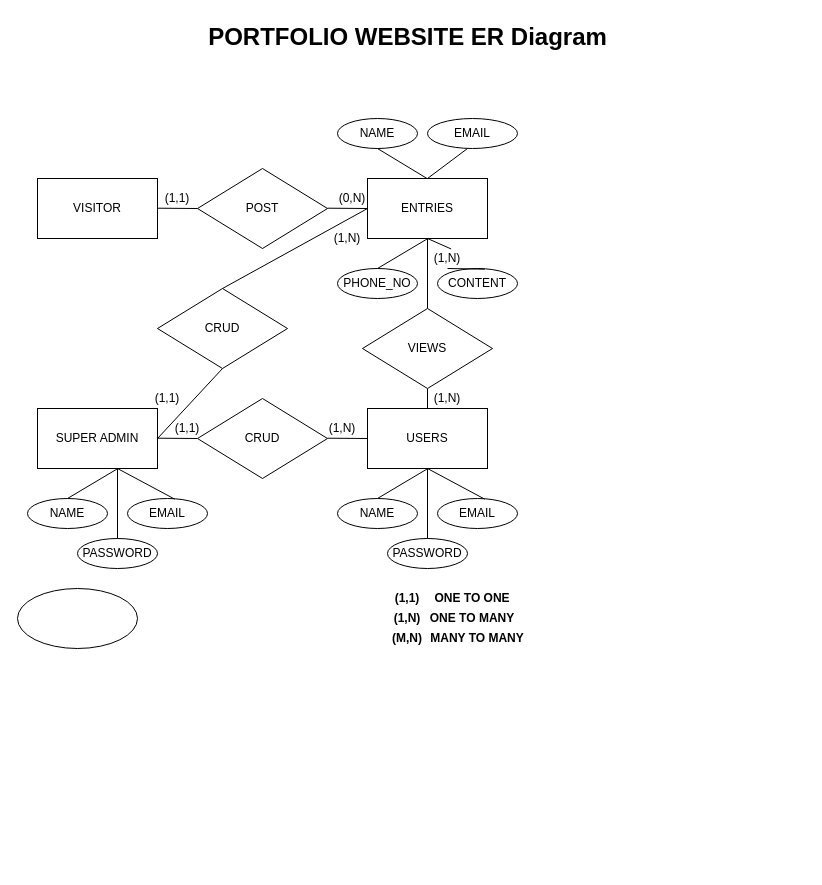
Above: Submissions/Assignment01/Portfilio_ER.drawio in hussainlallani/f20_csfs1030 (draw.io), before the change. Source tidied: cells renumbered, new cells numbered last; positions are measured from the earlier drawing's top-left corner, leaving out a move shared by most shapes. Both pictures are drawn from the tidied source at 100%, with x=0, y=0 at pixel (17, 17).
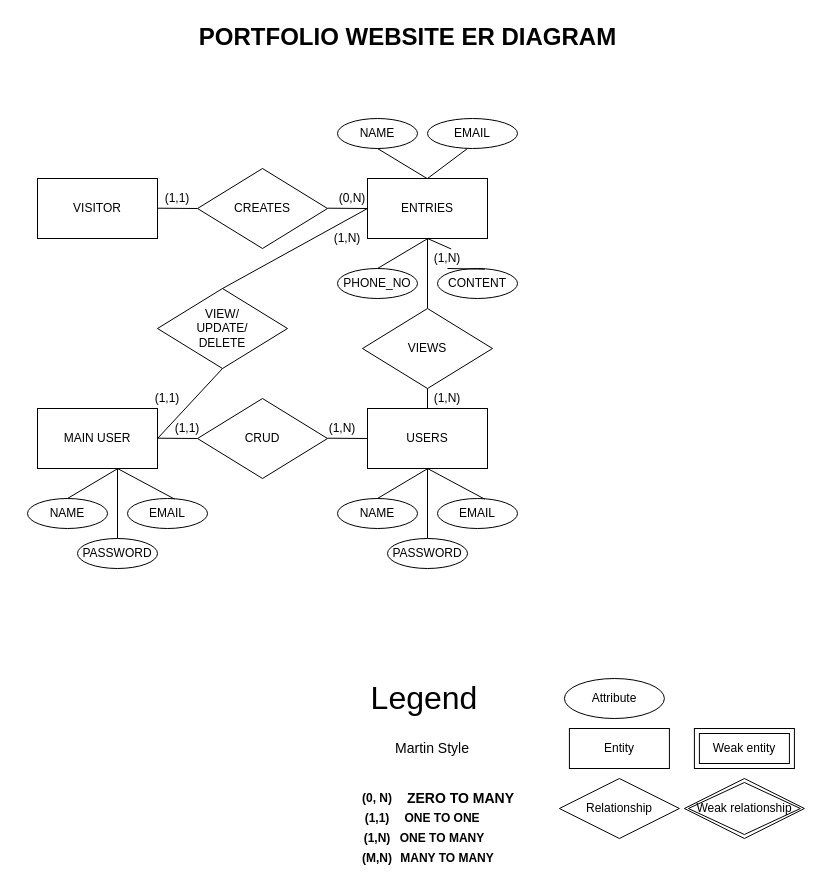
The same page after the edit.

What changed in the source:
```diff
@@
-    <mxCell id="7" value="POST" style="text;html=1;strokeColor=none;fillColor=none;align=center;verticalAlign=middle;whiteSpace=wrap;rounded=0;" parent="1" vertex="1">
+    <mxCell id="7" value="CREATES" style="text;html=1;strokeColor=none;fillColor=none;align=center;verticalAlign=middle;whiteSpace=wrap;rounded=0;" parent="1" vertex="1">
       <mxGeometry x="225" y="181" width="40" height="20" as="geometry" />
     </mxCell>
@@
-    <mxCell id="16" value="SUPER ADMIN" style="rounded=0;whiteSpace=wrap;html=1;" parent="1" vertex="1">
+    <mxCell id="16" value="MAIN USER" style="rounded=0;whiteSpace=wrap;html=1;" parent="1" vertex="1">
       <mxGeometry x="20" y="391" width="120" height="60" as="geometry" />
     </mxCell>
@@
-    <mxCell id="40" value="CRUD" style="text;html=1;strokeColor=none;fillColor=none;align=center;verticalAlign=middle;whiteSpace=wrap;rounded=0;" parent="1" vertex="1">
+    <mxCell id="40" value="VIEW/&lt;br&gt;UPDATE/&lt;br&gt;DELETE" style="text;html=1;strokeColor=none;fillColor=none;align=center;verticalAlign=middle;whiteSpace=wrap;rounded=0;" parent="1" vertex="1">
       <mxGeometry x="185" y="301" width="40" height="20" as="geometry" />
     </mxCell>
@@
     <mxCell id="50" value="(1,1)" style="text;html=1;strokeColor=none;fillColor=none;align=center;verticalAlign=middle;whiteSpace=wrap;rounded=0;fontStyle=1;" parent="1" vertex="1">
-      <mxGeometry x="370" y="571" width="40" height="20" as="geometry" />
+      <mxGeometry x="340" y="791" width="40" height="20" as="geometry" />
     </mxCell>
     <mxCell id="51" value="ONE TO ONE" style="text;html=1;strokeColor=none;fillColor=none;align=center;verticalAlign=middle;whiteSpace=wrap;rounded=0;fontStyle=1;" parent="1" vertex="1">
-      <mxGeometry x="410" y="571" width="90" height="20" as="geometry" />
+      <mxGeometry x="380" y="791" width="90" height="20" as="geometry" />
     </mxCell>
     <mxCell id="52" value="(1,N)" style="text;html=1;strokeColor=none;fillColor=none;align=center;verticalAlign=middle;whiteSpace=wrap;rounded=0;fontStyle=1;" parent="1" vertex="1">
-      <mxGeometry x="370" y="591" width="40" height="20" as="geometry" />
+      <mxGeometry x="340" y="811" width="40" height="20" as="geometry" />
     </mxCell>
     <mxCell id="53" value="ONE TO MANY" style="text;html=1;strokeColor=none;fillColor=none;align=center;verticalAlign=middle;whiteSpace=wrap;rounded=0;fontStyle=1;" parent="1" vertex="1">
-      <mxGeometry x="410" y="591" width="90" height="20" as="geometry" />
+      <mxGeometry x="380" y="811" width="90" height="20" as="geometry" />
     </mxCell>
     <mxCell id="54" value="(M,N)" style="text;html=1;strokeColor=none;fillColor=none;align=center;verticalAlign=middle;whiteSpace=wrap;rounded=0;fontStyle=1;" parent="1" vertex="1">
-      <mxGeometry x="370" y="611" width="40" height="20" as="geometry" />
+      <mxGeometry x="340" y="831" width="40" height="20" as="geometry" />
     </mxCell>
     <mxCell id="55" value="MANY TO MANY" style="text;html=1;strokeColor=none;fillColor=none;align=center;verticalAlign=middle;whiteSpace=wrap;rounded=0;fontStyle=1;" parent="1" vertex="1">
-      <mxGeometry x="410" y="611" width="100" height="20" as="geometry" />
+      <mxGeometry x="380" y="831" width="100" height="20" as="geometry" />
     </mxCell>
-    <mxCell id="56" style="ellipse;whiteSpace=wrap;html=1;" parent="1" vertex="1">
-      <mxGeometry y="571" width="120" height="60" as="geometry" />
-    </mxCell>
-    <mxCell id="57" value="PORTFOLIO WEBSITE ER Diagram" style="text;strokeColor=none;fillColor=none;html=1;fontSize=24;fontStyle=1;verticalAlign=middle;align=center;" parent="1" vertex="1">
+    <mxCell id="57" value="PORTFOLIO WEBSITE ER DIAGRAM" style="text;strokeColor=none;fillColor=none;html=1;fontSize=24;fontStyle=1;verticalAlign=middle;align=center;" parent="1" vertex="1">
       <mxGeometry x="340" width="100" height="40" as="geometry" />
     </mxCell>
+    <mxCell id="58" value="Legend" style="text;html=1;strokeColor=none;fillColor=none;align=center;verticalAlign=middle;whiteSpace=wrap;rounded=0;fontSize=32;" parent="1" vertex="1">
+      <mxGeometry x="386.9" y="671" width="40" height="20" as="geometry" />
+    </mxCell>
+    <mxCell id="59" value="Attribute" style="ellipse;whiteSpace=wrap;html=1;align=center;fontSize=12;" parent="1" vertex="1">
+      <mxGeometry x="546.9" y="661" width="100" height="40" as="geometry" />
+    </mxCell>
+    <mxCell id="60" value="Entity" style="whiteSpace=wrap;html=1;align=center;fontSize=12;" parent="1" vertex="1">
+      <mxGeometry x="551.9" y="711" width="100" height="40" as="geometry" />
+    </mxCell>
+    <mxCell id="61" value="Relationship" style="shape=rhombus;perimeter=rhombusPerimeter;whiteSpace=wrap;html=1;align=center;fontSize=12;" parent="1" vertex="1">
+      <mxGeometry x="541.9" y="761" width="120" height="60" as="geometry" />
+    </mxCell>
+    <mxCell id="62" value="Weak entity" style="shape=ext;margin=3;double=1;whiteSpace=wrap;html=1;align=center;fontSize=12;" parent="1" vertex="1">
+      <mxGeometry x="676.9" y="711" width="100" height="40" as="geometry" />
+    </mxCell>
+    <mxCell id="63" value="Weak relationship" style="shape=rhombus;double=1;perimeter=rhombusPerimeter;whiteSpace=wrap;html=1;align=center;fontSize=12;" parent="1" vertex="1">
+      <mxGeometry x="666.9" y="761" width="120" height="60" as="geometry" />
+    </mxCell>
+    <mxCell id="64" value="Martin Style" style="text;html=1;strokeColor=none;fillColor=none;align=center;verticalAlign=middle;whiteSpace=wrap;rounded=0;fontSize=14;" parent="1" vertex="1">
+      <mxGeometry x="350" y="721" width="130" height="20" as="geometry" />
+    </mxCell>
+    <mxCell id="65" value="(0, N)" style="text;html=1;strokeColor=none;fillColor=none;align=center;verticalAlign=middle;whiteSpace=wrap;rounded=0;fontStyle=1;" parent="1" vertex="1">
+      <mxGeometry x="340" y="771" width="40" height="20" as="geometry" />
+    </mxCell>
+    <mxCell id="66" value="ZERO TO MANY" style="text;html=1;strokeColor=none;fillColor=none;align=center;verticalAlign=middle;whiteSpace=wrap;rounded=0;fontSize=14;fontStyle=1;" parent="1" vertex="1">
+      <mxGeometry x="386.9" y="771" width="113.1" height="20" as="geometry" />
+    </mxCell>
```
